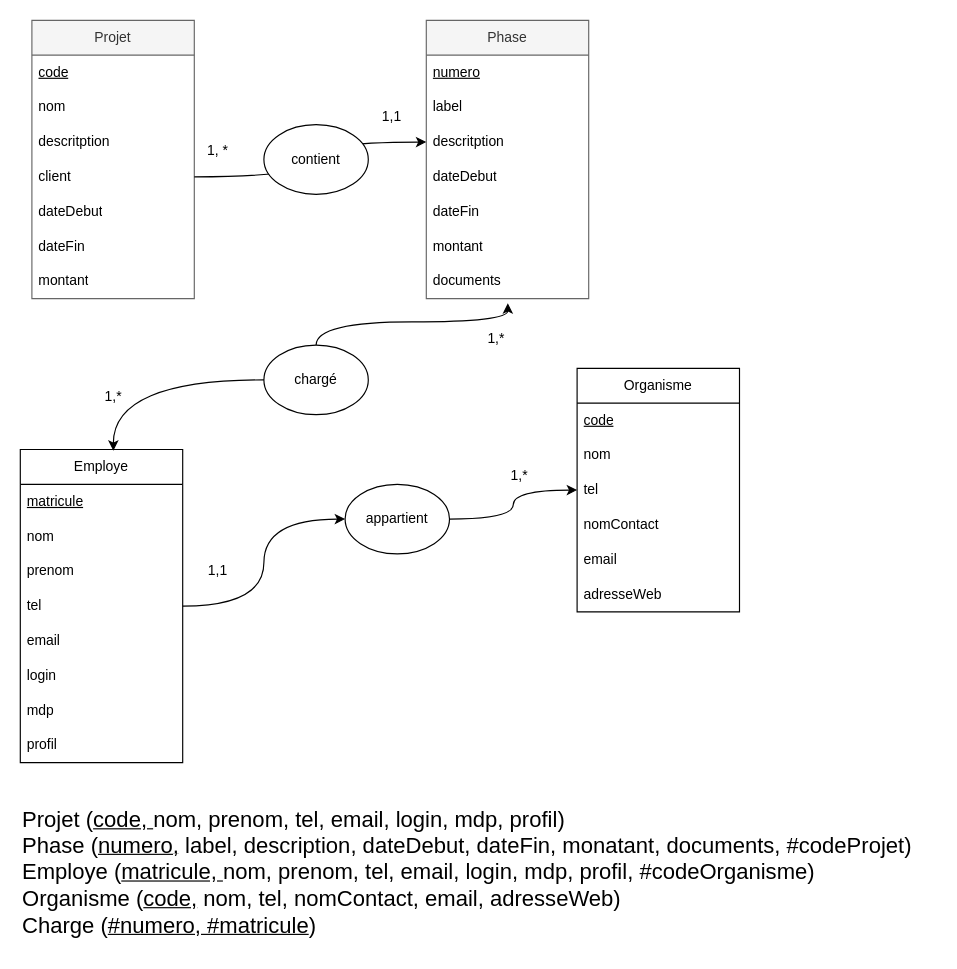
This is Untitled Diagram.drawio from black-purple/diagrams, a draw.io file, before an edit. Source tidied: cells renumbered, new cells numbered last; positions are measured from the earlier drawing's top-left corner, leaving out a move shared by most shapes. Both pictures are drawn from the tidied source at 116%, with x=0, y=0 at pixel (20, 20).
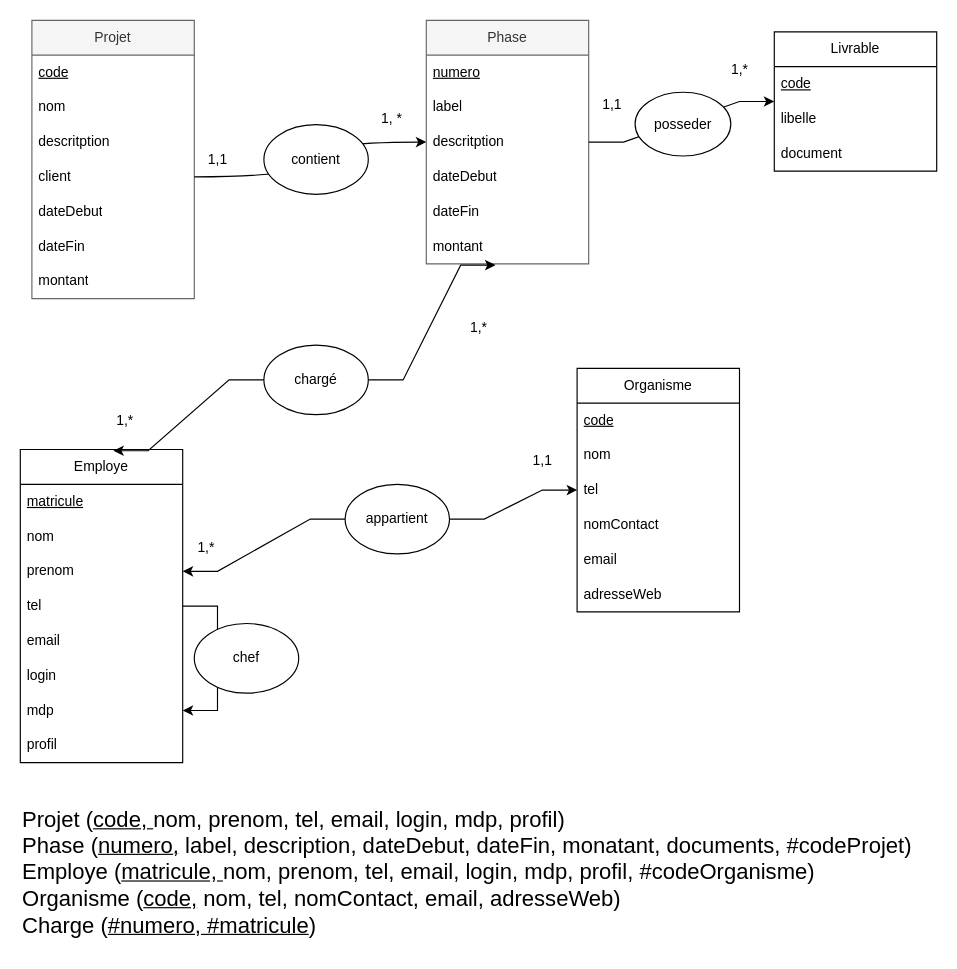
After the change.

Unchanged cells that the change refers to:
```xml
<mxCell id="13" value="descritption" style="text;strokeColor=none;fillColor=none;align=left;verticalAlign=middle;spacingLeft=4;spacingRight=4;overflow=hidden;points=[[0,0.5],[1,0.5]];portConstraint=eastwest;whiteSpace=wrap;html=1;" parent="10" vertex="1">
  <mxGeometry y="90" width="140" height="30" as="geometry" />
</mxCell>
<mxCell id="16" value="montant" style="text;strokeColor=none;fillColor=none;align=left;verticalAlign=middle;spacingLeft=4;spacingRight=4;overflow=hidden;points=[[0,0.5],[1,0.5]];portConstraint=eastwest;whiteSpace=wrap;html=1;" parent="10" vertex="1">
  <mxGeometry y="180" width="140" height="30" as="geometry" />
</mxCell>
<mxCell id="22" value="Employe" style="swimlane;fontStyle=0;horizontal=1;startSize=30;whiteSpace=wrap;html=1;" parent="1" vertex="1">
  <mxGeometry y="370" width="140" height="270" as="geometry" />
</mxCell>
<mxCell id="25" value="prenom" style="text;strokeColor=none;fillColor=none;align=left;verticalAlign=middle;spacingLeft=4;spacingRight=4;overflow=hidden;points=[[0,0.5],[1,0.5]];portConstraint=eastwest;whiteSpace=wrap;html=1;" parent="22" vertex="1">
  <mxGeometry y="90" width="140" height="30" as="geometry" />
</mxCell>
<mxCell id="26" value="tel" style="text;strokeColor=none;fillColor=none;align=left;verticalAlign=middle;spacingLeft=4;spacingRight=4;overflow=hidden;points=[[0,0.5],[1,0.5]];portConstraint=eastwest;whiteSpace=wrap;html=1;" parent="22" vertex="1">
  <mxGeometry y="120" width="140" height="30" as="geometry" />
</mxCell>
<mxCell id="29" value="mdp" style="text;strokeColor=none;fillColor=none;align=left;verticalAlign=middle;spacingLeft=4;spacingRight=4;overflow=hidden;points=[[0,0.5],[1,0.5]];portConstraint=eastwest;whiteSpace=wrap;html=1;" parent="22" vertex="1">
  <mxGeometry y="210" width="140" height="30" as="geometry" />
</mxCell>
<mxCell id="34" value="tel" style="text;strokeColor=none;fillColor=none;align=left;verticalAlign=middle;spacingLeft=4;spacingRight=4;overflow=hidden;points=[[0,0.5],[1,0.5]];portConstraint=eastwest;whiteSpace=wrap;html=1;" parent="31" vertex="1">
  <mxGeometry y="90" width="140" height="30" as="geometry" />
</mxCell>
<mxCell id="39" value="appartient" style="ellipse;whiteSpace=wrap;html=1;" parent="1" vertex="1">
  <mxGeometry x="280" y="400" width="90" height="60" as="geometry" />
</mxCell>
<mxCell id="43" value="chargé" style="ellipse;whiteSpace=wrap;html=1;" parent="1" vertex="1">
  <mxGeometry x="210" y="280" width="90" height="60" as="geometry" />
</mxCell>
```

What changed in the source:
```diff
@@
     <mxCell id="10" value="Phase" style="swimlane;fontStyle=0;horizontal=1;startSize=30;whiteSpace=wrap;html=1;fillColor=#f5f5f5;fontColor=#333333;strokeColor=#666666;" parent="1" vertex="1">
-      <mxGeometry x="350" width="140" height="240" as="geometry" />
+      <mxGeometry x="350" width="140" height="210" as="geometry" />
     </mxCell>
@@
-    <mxCell id="17" value="documents" style="text;strokeColor=none;fillColor=none;align=left;verticalAlign=middle;spacingLeft=4;spacingRight=4;overflow=hidden;points=[[0,0.5],[1,0.5]];portConstraint=eastwest;whiteSpace=wrap;html=1;" parent="10" vertex="1">
-      <mxGeometry y="210" width="140" height="30" as="geometry" />
-    </mxCell>
@@
     <mxCell id="20" value="1, *" style="text;html=1;align=center;verticalAlign=middle;strokeColor=none;fillColor=none;" parent="1" vertex="1">
-      <mxGeometry x="150" y="98" width="40" height="30" as="geometry" />
+      <mxGeometry x="300" y="70" width="40" height="30" as="geometry" />
     </mxCell>
     <mxCell id="21" value="1,1" style="text;html=1;align=center;verticalAlign=middle;strokeColor=none;fillColor=none;" parent="1" vertex="1">
-      <mxGeometry x="300" y="68" width="40" height="30" as="geometry" />
+      <mxGeometry x="150" y="105" width="40" height="30" as="geometry" />
     </mxCell>
@@
+    <mxCell id="49" style="edgeStyle=entityRelationEdgeStyle;rounded=0;jettySize=auto;html=1;exitX=1;exitY=0.5;exitDx=0;exitDy=0;entryX=1;entryY=0.5;entryDx=0;entryDy=0;" parent="22" edge="1" source="26" target="29">
+      <mxGeometry relative="1" as="geometry">
+        <Array as="points">
+          <mxPoint x="210" y="180" />
+        </Array>
+      </mxGeometry>
+    </mxCell>
@@
-    <mxCell id="38" style="edgeStyle=orthogonalEdgeStyle;rounded=0;jettySize=auto;html=1;curved=1;" parent="1" edge="1" source="39" target="34">
+    <mxCell id="38" style="edgeStyle=entityRelationEdgeStyle;rounded=0;jettySize=auto;html=1;" parent="1" edge="1" source="39" target="34">
       <mxGeometry relative="1" as="geometry" />
     </mxCell>
+    <mxCell id="50" style="edgeStyle=entityRelationEdgeStyle;rounded=0;jettySize=auto;html=1;exitX=0;exitY=0.5;exitDx=0;exitDy=0;entryX=1;entryY=0.5;entryDx=0;entryDy=0;" parent="1" edge="1" source="39" target="25">
+      <mxGeometry relative="1" as="geometry" />
+    </mxCell>
@@
-    <mxCell id="40" style="edgeStyle=orthogonalEdgeStyle;rounded=0;jettySize=auto;html=1;curved=1;entryX=0;entryY=0.5;entryDx=0;entryDy=0;" parent="1" edge="1" source="26" target="39">
-      <mxGeometry relative="1" as="geometry" />
-    </mxCell>
     <mxCell id="41" value="1,1" style="text;html=1;align=center;verticalAlign=middle;strokeColor=none;fillColor=none;" parent="1" vertex="1">
-      <mxGeometry x="150" y="460" width="40" height="30" as="geometry" />
+      <mxGeometry x="430" y="365" width="40" height="30" as="geometry" />
     </mxCell>
     <mxCell id="42" value="1,*" style="text;html=1;align=center;verticalAlign=middle;strokeColor=none;fillColor=none;" parent="1" vertex="1">
-      <mxGeometry x="410" y="378" width="40" height="30" as="geometry" />
+      <mxGeometry x="140" y="440" width="40" height="30" as="geometry" />
     </mxCell>
@@
     <mxCell id="44" value="1,*" style="text;html=1;align=center;verticalAlign=middle;strokeColor=none;fillColor=none;" parent="1" vertex="1">
-      <mxGeometry x="60" y="310" width="40" height="30" as="geometry" />
+      <mxGeometry x="70" y="330" width="40" height="30" as="geometry" />
     </mxCell>
     <mxCell id="45" value="1,*" style="text;html=1;align=center;verticalAlign=middle;strokeColor=none;fillColor=none;" parent="1" vertex="1">
-      <mxGeometry x="390" y="260" width="40" height="30" as="geometry" />
+      <mxGeometry x="375" y="250" width="40" height="30" as="geometry" />
     </mxCell>
-    <mxCell id="46" style="edgeStyle=orthogonalEdgeStyle;rounded=0;jettySize=auto;html=1;entryX=0.573;entryY=0.004;entryDx=0;entryDy=0;entryPerimeter=0;curved=1;" parent="1" edge="1" source="43" target="22">
+    <mxCell id="46" style="edgeStyle=entityRelationEdgeStyle;rounded=0;jettySize=auto;html=1;entryX=0.573;entryY=0.004;entryDx=0;entryDy=0;entryPerimeter=0;" parent="1" edge="1" source="43" target="22">
       <mxGeometry relative="1" as="geometry" />
     </mxCell>
-    <mxCell id="47" style="edgeStyle=orthogonalEdgeStyle;rounded=0;jettySize=auto;html=1;entryX=0.502;entryY=1.133;entryDx=0;entryDy=0;entryPerimeter=0;curved=1;" parent="1" edge="1" source="43" target="17">
-      <mxGeometry relative="1" as="geometry">
-        <Array as="points">
-          <mxPoint x="255" y="260" />
-          <mxPoint x="420" y="260" />
-        </Array>
-      </mxGeometry>
-    </mxCell>
@@
+    <mxCell id="51" style="edgeStyle=entityRelationEdgeStyle;rounded=0;jettySize=auto;html=1;entryX=0.426;entryY=1.035;entryDx=0;entryDy=0;entryPerimeter=0;" parent="1" edge="1" source="43" target="16">
+      <mxGeometry relative="1" as="geometry" />
+    </mxCell>
+    <mxCell id="52" value="chef" style="ellipse;whiteSpace=wrap;html=1;" parent="1" vertex="1">
+      <mxGeometry x="150" y="520" width="90" height="60" as="geometry" />
+    </mxCell>
+    <mxCell id="53" value="Livrable" style="swimlane;fontStyle=0;horizontal=1;startSize=30;whiteSpace=wrap;html=1;" parent="1" vertex="1">
+      <mxGeometry x="650" y="10" width="140" height="120" as="geometry" />
+    </mxCell>
+    <mxCell id="54" value="&lt;u&gt;code&lt;/u&gt;" style="text;strokeColor=none;fillColor=none;align=left;verticalAlign=middle;spacingLeft=4;spacingRight=4;overflow=hidden;whiteSpace=wrap;html=1;" parent="53" vertex="1">
+      <mxGeometry y="30" width="140" height="30" as="geometry" />
+    </mxCell>
+    <mxCell id="55" value="libelle" style="text;strokeColor=none;fillColor=none;align=left;verticalAlign=middle;spacingLeft=4;spacingRight=4;overflow=hidden;whiteSpace=wrap;html=1;" parent="53" vertex="1">
+      <mxGeometry y="60" width="140" height="30" as="geometry" />
+    </mxCell>
+    <mxCell id="56" value="document" style="text;strokeColor=none;fillColor=none;align=left;verticalAlign=middle;spacingLeft=4;spacingRight=4;overflow=hidden;whiteSpace=wrap;html=1;" parent="53" vertex="1">
+      <mxGeometry y="90" width="140" height="30" as="geometry" />
+    </mxCell>
+    <mxCell id="57" style="edgeStyle=entityRelationEdgeStyle;rounded=0;jettySize=auto;html=1;entryX=0;entryY=0.5;entryDx=0;entryDy=0;" parent="1" edge="1" source="13" target="53">
+      <mxGeometry relative="1" as="geometry" />
+    </mxCell>
+    <mxCell id="58" value="posseder" style="ellipse;whiteSpace=wrap;html=1;" parent="1" vertex="1">
+      <mxGeometry x="530" y="62" width="82.5" height="55" as="geometry" />
+    </mxCell>
+    <mxCell id="59" value="1,*" style="text;html=1;align=center;verticalAlign=middle;strokeColor=none;fillColor=none;" parent="1" vertex="1">
+      <mxGeometry x="600" y="28" width="40" height="30" as="geometry" />
+    </mxCell>
+    <mxCell id="60" value="1,1" style="text;html=1;align=center;verticalAlign=middle;strokeColor=none;fillColor=none;" parent="1" vertex="1">
+      <mxGeometry x="490" y="58" width="40" height="30" as="geometry" />
+    </mxCell>
```
